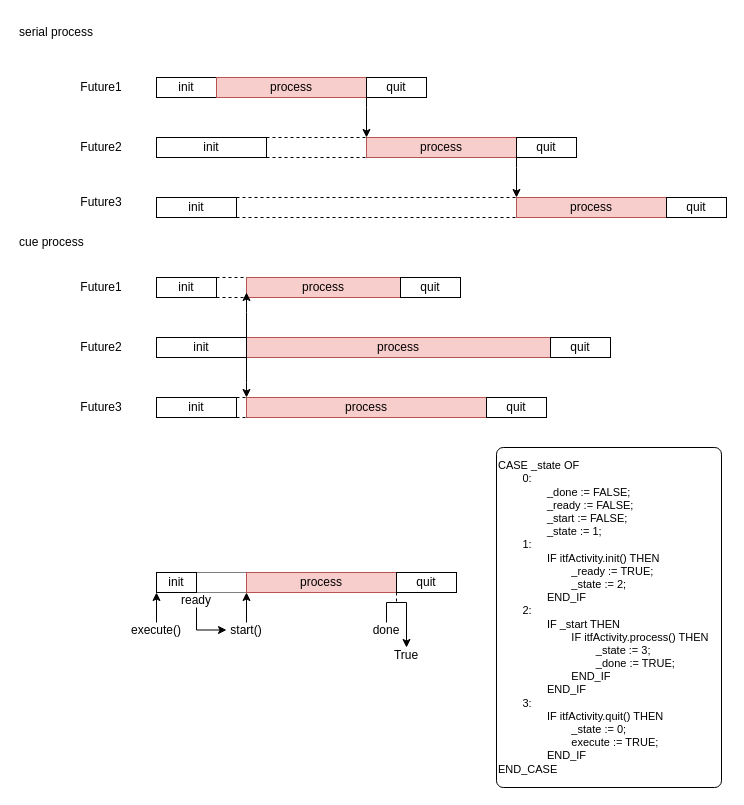
Above: page "concept" (2 of 4) of source/job_management/assets/model.drawio in ta-ichihashi/TwinCATHowTo (draw.io), before the change. Source tidied: cells renumbered, new cells numbered last; positions are measured from the earlier drawing's top-left corner, leaving out a move shared by most shapes. Both pictures are drawn from the tidied source at 100%, with x=0, y=0 at pixel (17, 17).
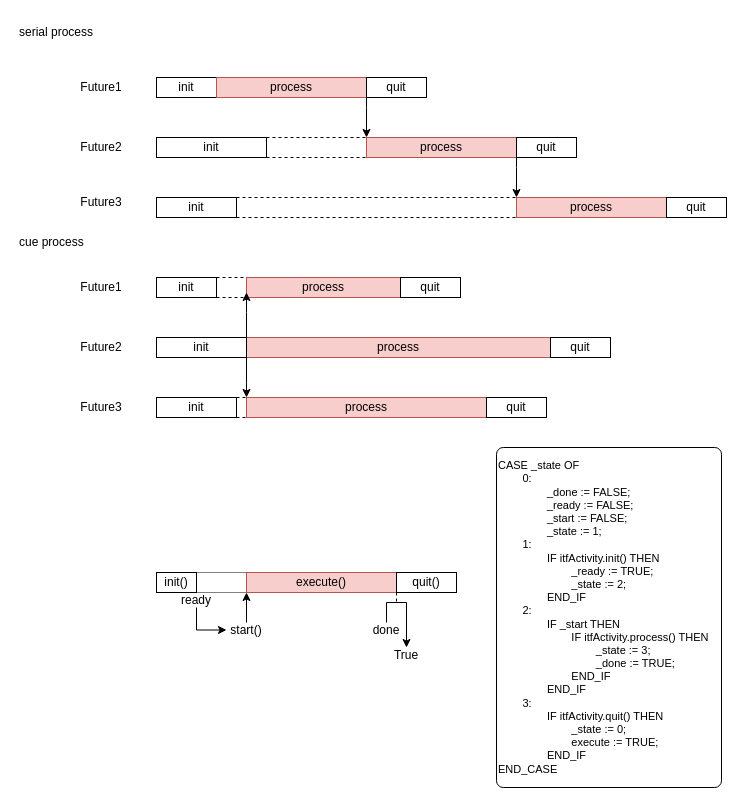
After the change.

Change to the diagram source:
```diff
@@
-    <mxCell id="11" value="init" style="rounded=0;whiteSpace=wrap;html=1;" parent="1" vertex="1">
+    <mxCell id="11" value="init()" style="rounded=0;whiteSpace=wrap;html=1;" parent="1" vertex="1">
       <mxGeometry x="139" y="555" width="40" height="20" as="geometry" />
     </mxCell>
-    <mxCell id="12" value="process" style="rounded=0;whiteSpace=wrap;html=1;fillColor=#f8cecc;strokeColor=#b85450;" parent="1" vertex="1">
+    <mxCell id="12" value="execute()" style="rounded=0;whiteSpace=wrap;html=1;fillColor=#f8cecc;strokeColor=#b85450;" parent="1" vertex="1">
       <mxGeometry x="229" y="555" width="150" height="20" as="geometry" />
     </mxCell>
@@
-    <mxCell id="14" value="quit" style="rounded=0;whiteSpace=wrap;html=1;" parent="1" vertex="1">
+    <mxCell id="14" value="quit()" style="rounded=0;whiteSpace=wrap;html=1;" parent="1" vertex="1">
       <mxGeometry x="379" y="555" width="60" height="20" as="geometry" />
     </mxCell>
@@
-    <mxCell id="17" style="edgeStyle=orthogonalEdgeStyle;rounded=0;jettySize=auto;html=1;entryX=0;entryY=1;entryDx=0;entryDy=0;" parent="1" edge="1" source="18" target="11">
-      <mxGeometry relative="1" as="geometry" />
-    </mxCell>
-    <mxCell id="18" value="execute()" style="text;html=1;align=center;verticalAlign=middle;whiteSpace=wrap;rounded=0;" parent="1" vertex="1">
-      <mxGeometry x="109" y="605" width="60" height="15" as="geometry" />
-    </mxCell>
```
